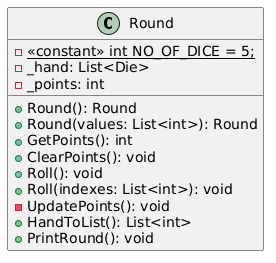
This is src/assets/img/kmom02/classdiagramRoundNew.png from bth-csharp/website, a PlantUML export, as it was before one commit.
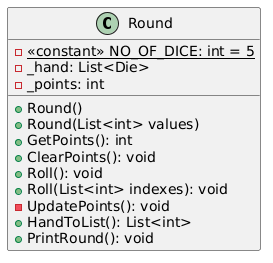
The same diagram one commit later.

Commit message:
Fix classdiagram Round on task kmom02

Change to the diagram source:
```diff
@@ -1,16 +1,15 @@
 @startuml
-class Round
-{
-    - {static} <<constant>> int NO_OF_DICE = 5;
+class Round {
+    - {static} <<constant>> NO_OF_DICE: int = 5
     - _hand: List<Die>
     - _points: int
 
-    + Round(): Round
-    + Round(values: List<int>): Round
+    + Round()
+    + Round(List<int> values)
     + GetPoints(): int
     + ClearPoints(): void
     + Roll(): void
-    + Roll(indexes: List<int>): void
+    + Roll(List<int> indexes): void
     - UpdatePoints(): void
     + HandToList(): List<int>
     + PrintRound(): void
```
